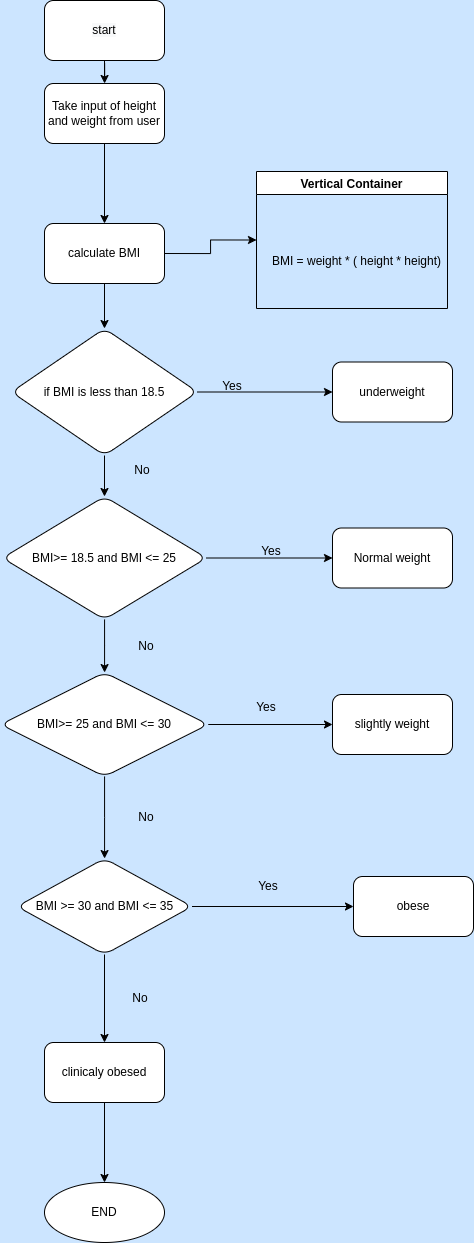
Before: DAY3/32BMI.png, a diagram exported from draw.io (CCCCCCCE/100DAYSOFPYTHON). Source tidied: cells renumbered, new cells last; positions are measured from the earlier drawing's top-left corner, leaving out a move shared by most shapes.
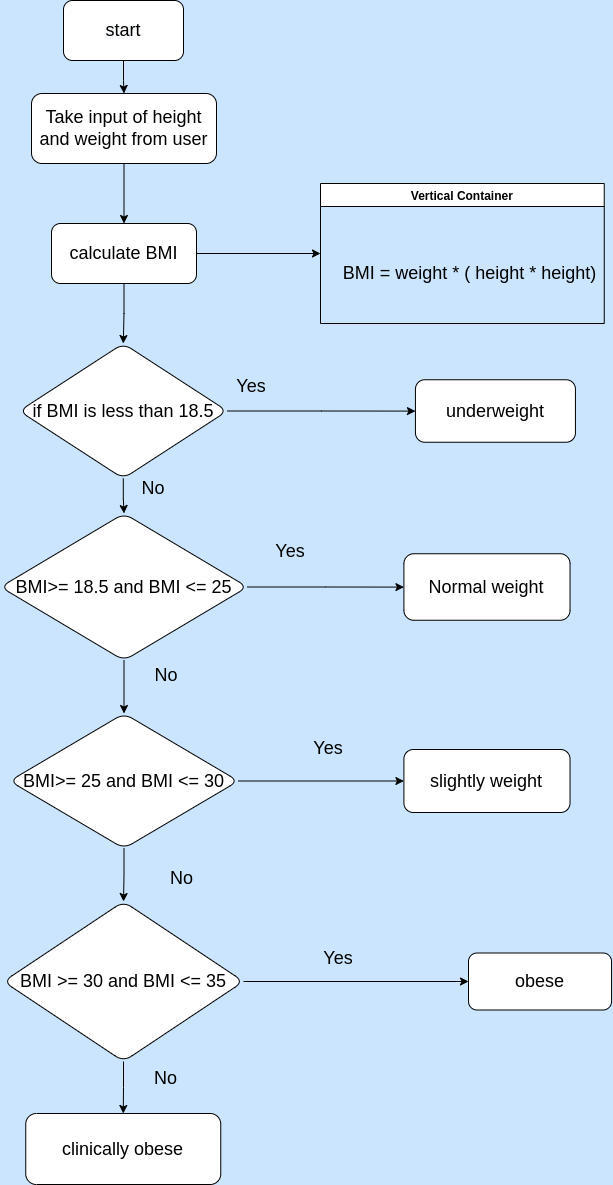
The same diagram one commit later.

The edit, as a diff of the source:
```diff
@@ -5,13 +5,13 @@
     <mxCell id="2" style="edgeStyle=orthogonalEdgeStyle;rounded=0;jettySize=auto;html=1;" parent="1" edge="1" source="3" target="8">
       <mxGeometry relative="1" as="geometry" />
     </mxCell>
-    <mxCell id="3" value="Take input of height and weight from user" style="rounded=1;whiteSpace=wrap;html=1;" parent="1" vertex="1">
-      <mxGeometry x="44" y="83" width="120" height="60" as="geometry" />
+    <mxCell id="3" value="&lt;font style=&quot;font-size: 18px;&quot;&gt;Take input of height and weight from user&lt;/font&gt;" style="rounded=1;whiteSpace=wrap;html=1;" parent="1" vertex="1">
+      <mxGeometry x="12" y="93" width="185" height="70" as="geometry" />
     </mxCell>
     <mxCell id="4" style="edgeStyle=orthogonalEdgeStyle;rounded=0;jettySize=auto;html=1;exitX=0.5;exitY=1;exitDx=0;exitDy=0;" parent="1" edge="1" source="5" target="3">
       <mxGeometry relative="1" as="geometry" />
     </mxCell>
-    <mxCell id="5" value="&lt;span style=&quot;color: rgb(0, 0, 0); font-family: Helvetica; font-size: 12px; font-style: normal; font-variant-ligatures: normal; font-variant-caps: normal; font-weight: 400; letter-spacing: normal; orphans: 2; text-align: center; text-indent: 0px; text-transform: none; widows: 2; word-spacing: 0px; -webkit-text-stroke-width: 0px; background-color: rgb(248, 249, 250); text-decoration-thickness: initial; text-decoration-style: initial; text-decoration-color: initial; float: none; display: inline !important;&quot;&gt;start&lt;/span&gt;" style="rounded=1;whiteSpace=wrap;html=1;" parent="1" vertex="1">
+    <mxCell id="5" value="&lt;span style=&quot;color: rgb(0, 0, 0); font-family: Helvetica; font-style: normal; font-variant-ligatures: normal; font-variant-caps: normal; font-weight: 400; letter-spacing: normal; orphans: 2; text-align: center; text-indent: 0px; text-transform: none; widows: 2; word-spacing: 0px; -webkit-text-stroke-width: 0px; background-color: rgb(248, 249, 250); text-decoration-thickness: initial; text-decoration-style: initial; text-decoration-color: initial; float: none; display: inline !important;&quot;&gt;&lt;font style=&quot;font-size: 18px;&quot;&gt;start&lt;/font&gt;&lt;/span&gt;" style="rounded=1;whiteSpace=wrap;html=1;" parent="1" vertex="1">
       <mxGeometry x="44" width="120" height="60" as="geometry" />
     </mxCell>
     <mxCell id="6" style="edgeStyle=orthogonalEdgeStyle;rounded=0;jettySize=auto;html=1;" parent="1" edge="1" source="8" target="11">
@@ -20,8 +20,8 @@
     <mxCell id="7" style="edgeStyle=orthogonalEdgeStyle;rounded=0;jettySize=auto;html=1;exitX=1;exitY=0.5;exitDx=0;exitDy=0;entryX=0;entryY=0.5;entryDx=0;entryDy=0;" parent="1" edge="1" source="8" target="25">
       <mxGeometry relative="1" as="geometry" />
     </mxCell>
-    <mxCell id="8" value="calculate BMI" style="whiteSpace=wrap;html=1;rounded=1;" parent="1" vertex="1">
-      <mxGeometry x="44" y="223" width="120" height="60" as="geometry" />
+    <mxCell id="8" value="&lt;font style=&quot;font-size: 18px;&quot;&gt;calculate BMI&lt;/font&gt;" style="whiteSpace=wrap;html=1;rounded=1;" parent="1" vertex="1">
+      <mxGeometry x="32" y="223" width="145" height="60" as="geometry" />
     </mxCell>
     <mxCell id="9" style="edgeStyle=orthogonalEdgeStyle;rounded=0;jettySize=auto;html=1;" parent="1" edge="1" source="11" target="12">
       <mxGeometry relative="1" as="geometry" />
@@ -29,11 +29,11 @@
     <mxCell id="10" style="edgeStyle=orthogonalEdgeStyle;rounded=0;jettySize=auto;html=1;" parent="1" edge="1" source="11" target="15">
       <mxGeometry relative="1" as="geometry" />
     </mxCell>
-    <mxCell id="11" value="if BMI is less than 18.5" style="rhombus;whiteSpace=wrap;html=1;rounded=1;" parent="1" vertex="1">
-      <mxGeometry x="11" y="328" width="186" height="127" as="geometry" />
+    <mxCell id="11" value="&lt;font style=&quot;font-size: 18px;&quot;&gt;if BMI is less than 18.5&lt;/font&gt;" style="rhombus;whiteSpace=wrap;html=1;rounded=1;" parent="1" vertex="1">
+      <mxGeometry x="-0.2" y="343" width="208" height="135" as="geometry" />
     </mxCell>
-    <mxCell id="12" value="underweight" style="whiteSpace=wrap;html=1;rounded=1;" parent="1" vertex="1">
-      <mxGeometry x="332" y="361.5" width="120" height="60" as="geometry" />
+    <mxCell id="12" value="&lt;font style=&quot;font-size: 18px;&quot;&gt;underweight&lt;/font&gt;" style="whiteSpace=wrap;html=1;rounded=1;" parent="1" vertex="1">
+      <mxGeometry x="395.9" y="379.2" width="160" height="62.5" as="geometry" />
     </mxCell>
     <mxCell id="13" style="edgeStyle=orthogonalEdgeStyle;rounded=0;jettySize=auto;html=1;" parent="1" edge="1" source="15" target="16">
       <mxGeometry relative="1" as="geometry" />
@@ -41,11 +41,11 @@
     <mxCell id="14" style="edgeStyle=orthogonalEdgeStyle;rounded=0;jettySize=auto;html=1;" parent="1" edge="1" source="15" target="19">
       <mxGeometry relative="1" as="geometry" />
     </mxCell>
-    <mxCell id="15" value="BMI&amp;gt;= 18.5 and BMI &amp;lt;= 25" style="rhombus;whiteSpace=wrap;html=1;rounded=1;" parent="1" vertex="1">
-      <mxGeometry x="2" y="496" width="204" height="123" as="geometry" />
+    <mxCell id="15" value="&lt;font style=&quot;font-size: 18px;&quot;&gt;BMI&amp;gt;= 18.5 and BMI &amp;lt;= 25&lt;/font&gt;" style="rhombus;whiteSpace=wrap;html=1;rounded=1;" parent="1" vertex="1">
+      <mxGeometry x="-19" y="513" width="247" height="147" as="geometry" />
     </mxCell>
-    <mxCell id="16" value="Normal weight" style="whiteSpace=wrap;html=1;rounded=1;" parent="1" vertex="1">
-      <mxGeometry x="332" y="527.5" width="120" height="60" as="geometry" />
+    <mxCell id="16" value="&lt;font style=&quot;font-size: 18px;&quot;&gt;Normal weight&lt;/font&gt;" style="whiteSpace=wrap;html=1;rounded=1;" parent="1" vertex="1">
+      <mxGeometry x="384.4" y="553.2" width="166.1" height="66.5" as="geometry" />
     </mxCell>
     <mxCell id="17" style="edgeStyle=orthogonalEdgeStyle;rounded=0;jettySize=auto;html=1;" parent="1" edge="1" source="19" target="20">
       <mxGeometry relative="1" as="geometry" />
@@ -53,64 +53,56 @@
     <mxCell id="18" style="edgeStyle=orthogonalEdgeStyle;rounded=0;jettySize=auto;html=1;" parent="1" edge="1" source="19" target="23">
       <mxGeometry relative="1" as="geometry" />
     </mxCell>
-    <mxCell id="19" value="BMI&amp;gt;= 25 and BMI &amp;lt;= 30" style="rhombus;whiteSpace=wrap;html=1;rounded=1;" parent="1" vertex="1">
-      <mxGeometry x="0.2" y="672" width="207.5" height="104" as="geometry" />
+    <mxCell id="19" value="&lt;font style=&quot;font-size: 18px;&quot;&gt;BMI&amp;gt;= 25 and BMI &amp;lt;= 30&lt;/font&gt;" style="rhombus;whiteSpace=wrap;html=1;rounded=1;" parent="1" vertex="1">
+      <mxGeometry x="-9.9" y="713" width="228.8" height="135" as="geometry" />
     </mxCell>
-    <mxCell id="20" value="slightly weight" style="whiteSpace=wrap;html=1;rounded=1;" parent="1" vertex="1">
-      <mxGeometry x="332" y="694" width="120" height="60" as="geometry" />
+    <mxCell id="20" value="&lt;font style=&quot;font-size: 18px;&quot;&gt;slightly weight&lt;/font&gt;" style="whiteSpace=wrap;html=1;rounded=1;" parent="1" vertex="1">
+      <mxGeometry x="384.4" y="749" width="166.1" height="63" as="geometry" />
     </mxCell>
     <mxCell id="21" style="edgeStyle=orthogonalEdgeStyle;rounded=0;jettySize=auto;html=1;" parent="1" edge="1" source="23" target="24">
       <mxGeometry relative="1" as="geometry" />
     </mxCell>
-    <mxCell id="22" style="edgeStyle=orthogonalEdgeStyle;rounded=0;jettySize=auto;html=1;" parent="1" edge="1" source="23">
-      <mxGeometry relative="1" as="geometry">
-        <mxPoint x="104" y="1042" as="targetPoint" />
-      </mxGeometry>
-    </mxCell>
+    <mxCell id="38" style="edgeStyle=orthogonalEdgeStyle;rounded=0;jettySize=auto;html=1;exitX=0.5;exitY=1;exitDx=0;exitDy=0;fontSize=18;entryX=0.5;entryY=0;entryDx=0;entryDy=0;" parent="1" edge="1" source="23" target="36">
+      <mxGeometry relative="1" as="geometry" />
+    </mxCell>
-    <mxCell id="23" value="BMI &amp;gt;= 30 and BMI &amp;lt;= 35" style="rhombus;whiteSpace=wrap;html=1;rounded=1;" parent="1" vertex="1">
-      <mxGeometry x="16.5" y="858" width="175" height="96" as="geometry" />
+    <mxCell id="23" value="&lt;font style=&quot;font-size: 18px;&quot;&gt;BMI &amp;gt;= 30 and BMI &amp;lt;= 35&lt;/font&gt;" style="rhombus;whiteSpace=wrap;html=1;rounded=1;" parent="1" vertex="1">
+      <mxGeometry x="-16" y="901" width="240" height="160" as="geometry" />
     </mxCell>
-    <mxCell id="24" value="obese" style="whiteSpace=wrap;html=1;rounded=1;" parent="1" vertex="1">
-      <mxGeometry x="353" y="876" width="120" height="60" as="geometry" />
+    <mxCell id="24" value="&lt;font style=&quot;font-size: 18px;&quot;&gt;obese&lt;/font&gt;" style="whiteSpace=wrap;html=1;rounded=1;" parent="1" vertex="1">
+      <mxGeometry x="449" y="952.5" width="143.1" height="57" as="geometry" />
     </mxCell>
     <mxCell id="25" value="Vertical Container" style="swimlane;" parent="1" vertex="1">
-      <mxGeometry x="256" y="171" width="191" height="137" as="geometry" />
+      <mxGeometry x="301" y="183" width="283.8" height="140" as="geometry" />
     </mxCell>
-    <mxCell id="26" value="BMI = weight * ( height * height)" style="text;html=1;align=center;verticalAlign=middle;strokeColor=none;fillColor=none;" parent="25" vertex="1">
-      <mxGeometry x="10.5" y="81" width="179" height="18" as="geometry" />
+    <mxCell id="26" value="&lt;font style=&quot;font-size: 18px;&quot;&gt;BMI = weight * ( height * height)&lt;/font&gt;" style="text;html=1;align=center;verticalAlign=middle;strokeColor=none;fillColor=none;" parent="25" vertex="1">
+      <mxGeometry x="13.8" y="80" width="270" height="20" as="geometry" />
     </mxCell>
-    <mxCell id="27" value="Yes" style="text;html=1;strokeColor=none;fillColor=none;align=center;verticalAlign=middle;whiteSpace=wrap;rounded=0;" parent="1" vertex="1">
+    <mxCell id="27" value="&lt;font style=&quot;font-size: 18px;&quot;&gt;Yes&lt;/font&gt;" style="text;html=1;strokeColor=none;fillColor=none;align=center;verticalAlign=middle;whiteSpace=wrap;rounded=0;" parent="1" vertex="1">
       <mxGeometry x="202" y="371" width="60" height="30" as="geometry" />
     </mxCell>
-    <mxCell id="28" value="No" style="text;html=1;strokeColor=none;fillColor=none;align=center;verticalAlign=middle;whiteSpace=wrap;rounded=0;" parent="1" vertex="1">
-      <mxGeometry x="112" y="455" width="60" height="30" as="geometry" />
+    <mxCell id="28" value="&lt;font style=&quot;font-size: 18px;&quot;&gt;No&lt;/font&gt;" style="text;html=1;strokeColor=none;fillColor=none;align=center;verticalAlign=middle;whiteSpace=wrap;rounded=0;" parent="1" vertex="1">
+      <mxGeometry x="104" y="473" width="60" height="30" as="geometry" />
     </mxCell>
-    <mxCell id="29" value="Yes" style="text;html=1;strokeColor=none;fillColor=none;align=center;verticalAlign=middle;whiteSpace=wrap;rounded=0;" parent="1" vertex="1">
+    <mxCell id="29" value="&lt;font style=&quot;font-size: 18px;&quot;&gt;Yes&lt;/font&gt;" style="text;html=1;strokeColor=none;fillColor=none;align=center;verticalAlign=middle;whiteSpace=wrap;rounded=0;" parent="1" vertex="1">
       <mxGeometry x="241" y="536" width="60" height="30" as="geometry" />
     </mxCell>
-    <mxCell id="30" value="Yes" style="text;html=1;strokeColor=none;fillColor=none;align=center;verticalAlign=middle;whiteSpace=wrap;rounded=0;" parent="1" vertex="1">
-      <mxGeometry x="236" y="692" width="60" height="30" as="geometry" />
+    <mxCell id="30" value="&lt;font style=&quot;font-size: 18px;&quot;&gt;Yes&lt;/font&gt;" style="text;html=1;strokeColor=none;fillColor=none;align=center;verticalAlign=middle;whiteSpace=wrap;rounded=0;" parent="1" vertex="1">
+      <mxGeometry x="279" y="733" width="60" height="30" as="geometry" />
     </mxCell>
-    <mxCell id="31" value="Yes" style="text;html=1;strokeColor=none;fillColor=none;align=center;verticalAlign=middle;whiteSpace=wrap;rounded=0;" parent="1" vertex="1">
-      <mxGeometry x="238" y="871" width="60" height="30" as="geometry" />
+    <mxCell id="31" value="&lt;font style=&quot;font-size: 18px;&quot;&gt;Yes&lt;/font&gt;" style="text;html=1;strokeColor=none;fillColor=none;align=center;verticalAlign=middle;whiteSpace=wrap;rounded=0;" parent="1" vertex="1">
+      <mxGeometry x="289" y="943" width="60" height="30" as="geometry" />
     </mxCell>
-    <mxCell id="32" value="No" style="text;html=1;strokeColor=none;fillColor=none;align=center;verticalAlign=middle;whiteSpace=wrap;rounded=0;" parent="1" vertex="1">
-      <mxGeometry x="116" y="631" width="60" height="30" as="geometry" />
+    <mxCell id="32" value="&lt;font style=&quot;font-size: 18px;&quot;&gt;No&lt;/font&gt;" style="text;html=1;strokeColor=none;fillColor=none;align=center;verticalAlign=middle;whiteSpace=wrap;rounded=0;" parent="1" vertex="1">
+      <mxGeometry x="117" y="660" width="60" height="30" as="geometry" />
     </mxCell>
+    <mxCell id="34" value="&lt;font style=&quot;font-size: 18px;&quot;&gt;No&lt;/font&gt;" style="text;html=1;strokeColor=none;fillColor=none;align=center;verticalAlign=middle;whiteSpace=wrap;rounded=0;" parent="1" vertex="1">
+      <mxGeometry x="101.4" y="1063" width="91.2" height="30" as="geometry" />
+    </mxCell>
+    <mxCell id="36" value="&lt;font style=&quot;font-size: 18px;&quot;&gt;clinically obese&lt;/font&gt;" style="rounded=1;whiteSpace=wrap;html=1;" parent="1" vertex="1">
+      <mxGeometry x="6.2" y="1113" width="195" height="71" as="geometry" />
+    </mxCell>
-    <mxCell id="33" value="No" style="text;html=1;strokeColor=none;fillColor=none;align=center;verticalAlign=middle;whiteSpace=wrap;rounded=0;" parent="1" vertex="1">
-      <mxGeometry x="116" y="802" width="60" height="30" as="geometry" />
+    <mxCell id="33" value="&lt;font style=&quot;font-size: 18px;&quot;&gt;No&lt;/font&gt;" style="text;html=1;strokeColor=none;fillColor=none;align=center;verticalAlign=middle;whiteSpace=wrap;rounded=0;" parent="1" vertex="1">
+      <mxGeometry x="117" y="863" width="91.2" height="30" as="geometry" />
     </mxCell>
-    <mxCell id="34" value="No" style="text;html=1;strokeColor=none;fillColor=none;align=center;verticalAlign=middle;whiteSpace=wrap;rounded=0;" parent="1" vertex="1">
-      <mxGeometry x="110" y="983" width="60" height="30" as="geometry" />
-    </mxCell>
-    <mxCell id="35" style="edgeStyle=orthogonalEdgeStyle;rounded=0;jettySize=auto;html=1;" parent="1" edge="1" source="36" target="37">
-      <mxGeometry relative="1" as="geometry" />
-    </mxCell>
-    <mxCell id="36" value="clinicaly obesed" style="rounded=1;whiteSpace=wrap;html=1;" parent="1" vertex="1">
-      <mxGeometry x="44" y="1042" width="120" height="60" as="geometry" />
-    </mxCell>
-    <mxCell id="37" value="END" style="ellipse;whiteSpace=wrap;html=1;rounded=1;" parent="1" vertex="1">
-      <mxGeometry x="44" y="1182" width="120" height="60" as="geometry" />
-    </mxCell>
   </root>
 </mxGraphModel>
```
